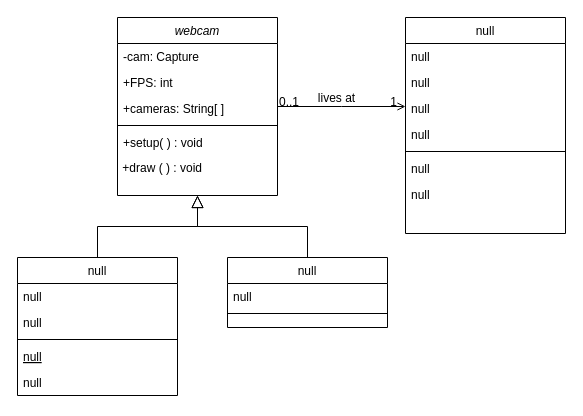
This is UML.drawio from Memin124/final_project, a draw.io file, before an edit. Source tidied: cells renumbered, new cells numbered last; positions are measured from the earlier drawing's top-left corner, leaving out a move shared by most shapes. Both pictures are drawn from the tidied source at 100%, with x=0, y=0 at pixel (17, 17).
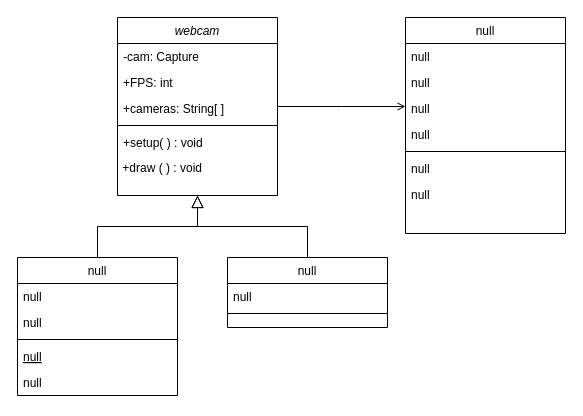
The same page after the edit.

Unchanged cells that the change refers to:
```xml
<mxCell id="28" style="endArrow=open;shadow=0;strokeWidth=1;rounded=0;endFill=1;edgeStyle=elbowEdgeStyle;elbow=vertical;" parent="1" edge="1" source="2" target="20">
  <mxGeometry x="0.5" y="41" relative="1" as="geometry">
    <mxPoint x="-40" y="32" as="offset" />
  </mxGeometry>
</mxCell>
```

Diff of the diagram source:
```diff
@@
-    <mxCell id="29" value="0..1" style="align=left;verticalAlign=bottom;labelBackgroundColor=none;fontSize=12;" parent="28" vertex="1">
-      <mxGeometry x="-1" relative="1" as="geometry">
-        <mxPoint y="4" as="offset" />
-      </mxGeometry>
-    </mxCell>
-    <mxCell id="30" value="1" style="align=right;verticalAlign=bottom;labelBackgroundColor=none;fontSize=12;" parent="28" vertex="1">
-      <mxGeometry x="1" relative="1" as="geometry">
-        <mxPoint x="-7" y="4" as="offset" />
-      </mxGeometry>
-    </mxCell>
-    <mxCell id="31" value="lives at" style="text;html=1;align=center;verticalAlign=middle;labelBackgroundColor=none;rounded=0;shadow=0;strokeWidth=1;fontSize=12;" parent="28" vertex="1">
-      <mxGeometry x="0.5" y="49" relative="1" as="geometry">
-        <mxPoint x="-38" y="40" as="offset" />
-      </mxGeometry>
-    </mxCell>
```
